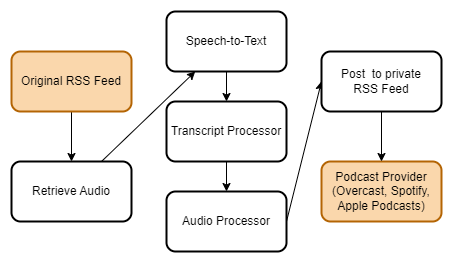
This is pipeline.png from bradenkwebb/skipcastify, a draw.io export, as it was before one commit. Source tidied: cells renumbered, new cells last; positions are measured from the earlier drawing's top-left corner, leaving out a move shared by most shapes.
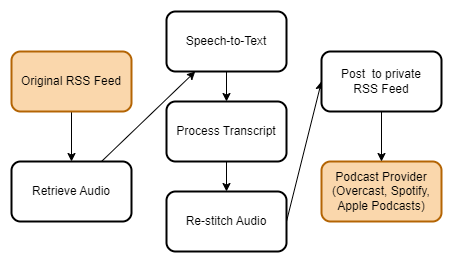
Later version of the same file.

Commit message:
change diagram text

What changed in the source:
```diff
@@ -29,13 +29,13 @@
     <mxCell id="10" value="&lt;font color=&quot;#000000&quot;&gt;Retrieve Audio&lt;/font&gt;" style="whiteSpace=wrap;html=1;rounded=1;fillColor=#FFFFFF;strokeWidth=2;strokeColor=#000000;" parent="1" vertex="1">
       <mxGeometry y="150" width="120" height="60" as="geometry" />
     </mxCell>
-    <mxCell id="11" value="&lt;font color=&quot;#000000&quot;&gt;Transcript Processor&lt;/font&gt;" style="whiteSpace=wrap;html=1;rounded=1;fillColor=#FFFFFF;strokeWidth=2;strokeColor=#000000;" parent="1" vertex="1">
+    <mxCell id="11" value="&lt;font color=&quot;#000000&quot;&gt;Process Transcript&lt;/font&gt;" style="whiteSpace=wrap;html=1;rounded=1;fillColor=#FFFFFF;strokeWidth=2;strokeColor=#000000;" parent="1" vertex="1">
       <mxGeometry x="155" y="90" width="120" height="60" as="geometry" />
     </mxCell>
     <mxCell id="12" style="edgeStyle=none;html=1;exitX=1;exitY=0.5;exitDx=0;exitDy=0;entryX=0;entryY=0.5;entryDx=0;entryDy=0;strokeColor=#000000;fontColor=#000000;" parent="1" edge="1" source="13" target="14">
       <mxGeometry relative="1" as="geometry" />
     </mxCell>
-    <mxCell id="13" value="&lt;font color=&quot;#000000&quot;&gt;Audio Processor&lt;/font&gt;" style="whiteSpace=wrap;html=1;rounded=1;fillColor=#FFFFFF;strokeWidth=2;strokeColor=#000000;" parent="1" vertex="1">
+    <mxCell id="13" value="&lt;font color=&quot;#000000&quot;&gt;Re-stitch Audio&lt;/font&gt;" style="whiteSpace=wrap;html=1;rounded=1;fillColor=#FFFFFF;strokeWidth=2;strokeColor=#000000;" parent="1" vertex="1">
       <mxGeometry x="155" y="180" width="120" height="60" as="geometry" />
     </mxCell>
     <mxCell id="14" value="&lt;font color=&quot;#000000&quot;&gt;Post&amp;nbsp; to private &lt;br&gt;RSS Feed&lt;/font&gt;" style="whiteSpace=wrap;html=1;rounded=1;fillColor=#FFFFFF;strokeWidth=2;strokeColor=#000000;" parent="1" vertex="1">
```
